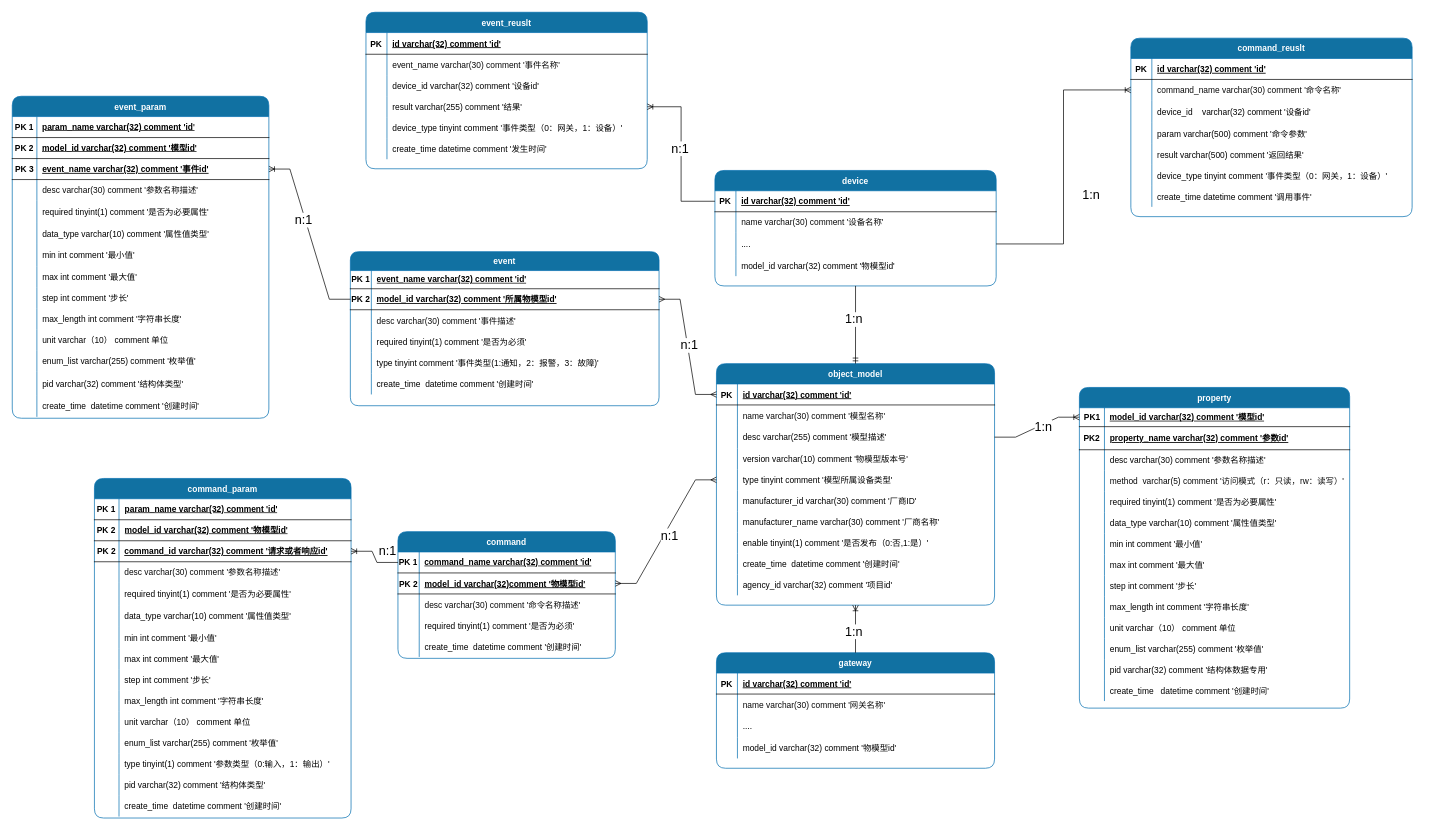
Above: page "第 3 页" (3 of 3) of 物模型.drawio in viking-wj/software (draw.io), before the change. Source tidied: cells renumbered, new cells numbered last; positions are measured from the earlier drawing's top-left corner, leaving out a move shared by most shapes. Both pictures are drawn from the tidied source at 70%, with x=0, y=0 at pixel (12, 12).
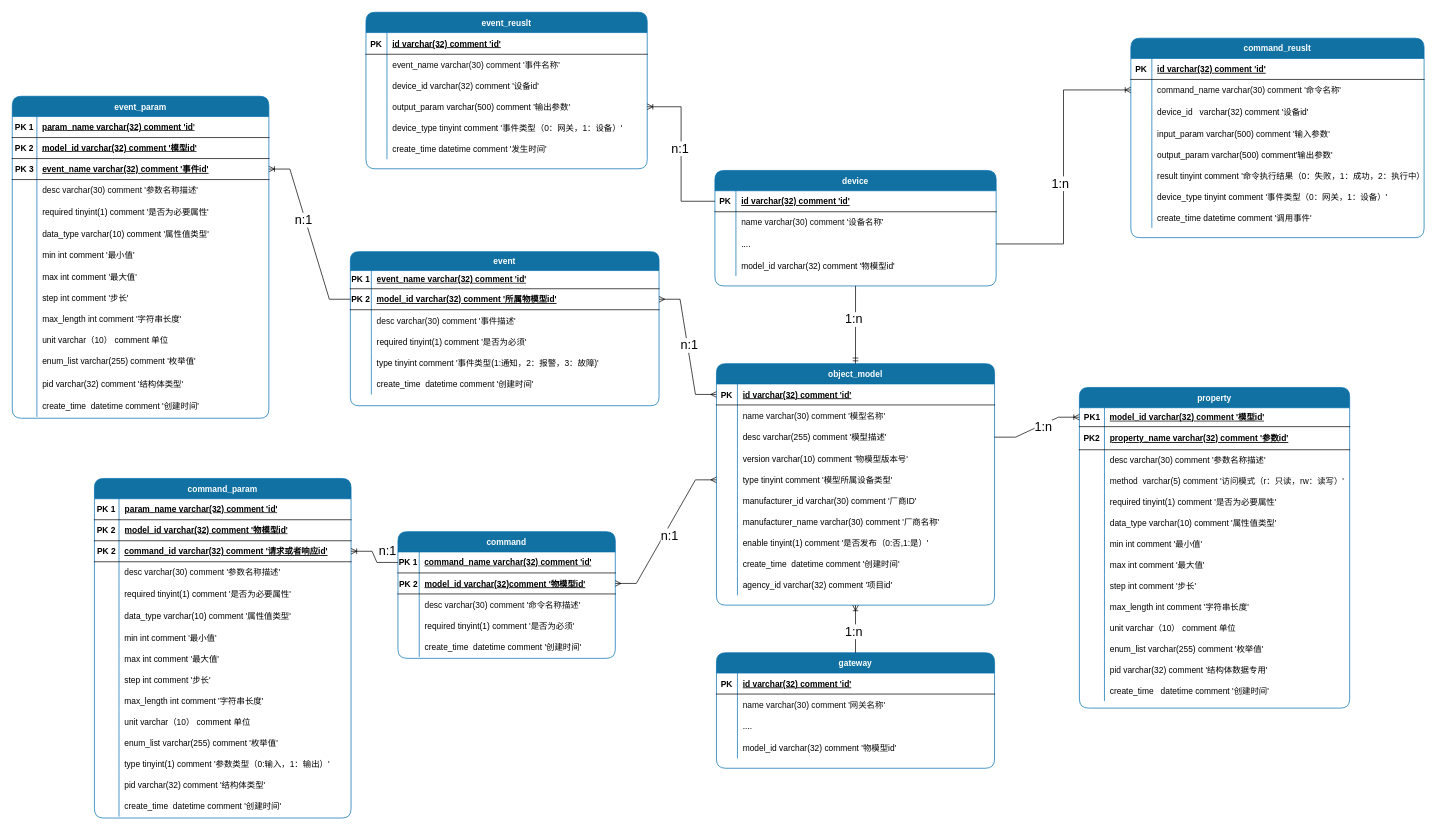
The same diagram, later.

Commit message:
更新物模型.drawio

The change refers to these unchanged cells:
```xml
<mxCell id="252" style="shape=tableRow;horizontal=0;startSize=0;swimlaneHead=0;swimlaneBody=0;fillColor=none;points=[[0,0.5],[1,0.5]];portConstraint=eastwest;top=0;left=0;right=0;bottom=0;" parent="242" vertex="1">
  <mxGeometry y="120" width="401.8" height="30" as="geometry" />
</mxCell>
```

Diff of the diagram source:
```diff
@@
-    <mxCell id="254" value="result varchar(255) comment '结果'" style="shape=partialRectangle;fillColor=none;top=0;left=0;bottom=0;right=0;align=left;spacingLeft=6;overflow=hidden;" parent="252" vertex="1">
+    <mxCell id="254" value="output_param varchar(500) comment '输出参数'" style="shape=partialRectangle;fillColor=none;top=0;left=0;bottom=0;right=0;align=left;spacingLeft=6;overflow=hidden;" parent="252" vertex="1">
       <mxGeometry x="30" width="371.8" height="30" as="geometry" />
     </mxCell>
@@
     <mxCell id="261" value="command_reuslt" style="shape=table;startSize=29;childLayout=tableLayout;rowLines=0;fontStyle=1;align=center;labelBackgroundColor=none;fillColor=#1171a2;strokeColor=#006EAF;fontColor=#ffffff;rounded=1;swimlaneFillColor=none;" parent="1" vertex="1">
-      <mxGeometry x="1598" y="37" width="401.8" height="255" as="geometry" />
+      <mxGeometry x="1598" y="37" width="418.9" height="285" as="geometry" />
     </mxCell>
     <mxCell id="262" style="shape=tableRow;horizontal=0;startSize=0;swimlaneHead=0;swimlaneBody=0;fillColor=none;top=0;left=0;right=0;bottom=1;labelBackgroundColor=none;" parent="261" vertex="1">
-      <mxGeometry y="29" width="401.8" height="30" as="geometry" />
+      <mxGeometry y="29" width="418.9" height="30" as="geometry" />
     </mxCell>
@@
     <mxCell id="264" value="id varchar(32) comment 'id'" style="shape=partialRectangle;fillColor=none;top=0;left=0;bottom=0;right=0;align=left;spacingLeft=6;fontStyle=5;overflow=hidden;labelBackgroundColor=none;" parent="262" vertex="1">
-      <mxGeometry x="30" width="371.8" height="30" as="geometry" />
+      <mxGeometry x="30" width="388.9" height="30" as="geometry" />
     </mxCell>
     <mxCell id="265" style="shape=tableRow;horizontal=0;startSize=0;swimlaneHead=0;swimlaneBody=0;fillColor=none;points=[[0,0.5],[1,0.5]];portConstraint=eastwest;top=0;left=0;right=0;bottom=0;labelBorderColor=none;fontColor=#0a0a0a;" parent="261" vertex="1">
-      <mxGeometry y="59" width="401.8" height="30" as="geometry" />
+      <mxGeometry y="59" width="418.9" height="30" as="geometry" />
     </mxCell>
@@
     <mxCell id="267" value="command_name varchar(30) comment '命令名称'" style="shape=partialRectangle;fillColor=none;top=0;left=0;bottom=0;right=0;align=left;spacingLeft=6;overflow=hidden;labelBorderColor=none;fontColor=#0a0a0a;" parent="265" vertex="1">
-      <mxGeometry x="30" width="371.8" height="30" as="geometry" />
+      <mxGeometry x="30" width="388.9" height="30" as="geometry" />
     </mxCell>
     <mxCell id="268" style="shape=tableRow;horizontal=0;startSize=0;swimlaneHead=0;swimlaneBody=0;fillColor=none;top=0;left=0;right=0;bottom=0;labelBackgroundColor=none;" parent="261" vertex="1">
-      <mxGeometry y="89" width="401.8" height="32" as="geometry" />
+      <mxGeometry y="89" width="418.9" height="32" as="geometry" />
     </mxCell>
@@
-    <mxCell id="270" value="device_id    varchar(32) comment '设备id'" style="shape=partialRectangle;fillColor=none;top=0;left=0;bottom=0;right=0;align=left;spacingLeft=6;overflow=hidden;labelBackgroundColor=none;" parent="268" vertex="1">
-      <mxGeometry x="30" width="371.8" height="32" as="geometry" />
+    <mxCell id="270" value="device_id   varchar(32) comment '设备id'" style="shape=partialRectangle;fillColor=none;top=0;left=0;bottom=0;right=0;align=left;spacingLeft=6;overflow=hidden;labelBackgroundColor=none;" parent="268" vertex="1">
+      <mxGeometry x="30" width="388.9" height="32" as="geometry" />
     </mxCell>
     <mxCell id="271" style="shape=tableRow;horizontal=0;startSize=0;swimlaneHead=0;swimlaneBody=0;fillColor=none;top=0;left=0;right=0;bottom=0;" parent="261" vertex="1">
-      <mxGeometry y="121" width="401.8" height="30" as="geometry" />
+      <mxGeometry y="121" width="418.9" height="30" as="geometry" />
     </mxCell>
@@
-    <mxCell id="273" value="param varchar(500) comment '命令参数'" style="shape=partialRectangle;fillColor=none;top=0;left=0;bottom=0;right=0;align=left;spacingLeft=6;overflow=hidden;" parent="271" vertex="1">
-      <mxGeometry x="30" width="371.8" height="30" as="geometry" />
+    <mxCell id="273" value="input_param varchar(500) comment '输入参数'" style="shape=partialRectangle;fillColor=none;top=0;left=0;bottom=0;right=0;align=left;spacingLeft=6;overflow=hidden;" parent="271" vertex="1">
+      <mxGeometry x="30" width="388.9" height="30" as="geometry" />
     </mxCell>
+    <mxCell id="287" style="shape=tableRow;horizontal=0;startSize=0;swimlaneHead=0;swimlaneBody=0;fillColor=none;top=0;left=0;right=0;bottom=0;" parent="261" vertex="1">
+      <mxGeometry y="151" width="418.9" height="30" as="geometry" />
+    </mxCell>
+    <mxCell id="288" style="shape=partialRectangle;fillColor=none;top=0;left=0;bottom=0;right=0;overflow=hidden;" parent="287" vertex="1">
+      <mxGeometry width="30" height="30" as="geometry" />
+    </mxCell>
+    <mxCell id="289" value="output_param varchar(500) comment'输出参数'" style="shape=partialRectangle;fillColor=none;top=0;left=0;bottom=0;right=0;align=left;spacingLeft=6;overflow=hidden;" parent="287" vertex="1">
+      <mxGeometry x="30" width="388.9" height="30" as="geometry" />
+    </mxCell>
     <mxCell id="274" style="shape=tableRow;horizontal=0;startSize=0;swimlaneHead=0;swimlaneBody=0;fillColor=none;top=0;left=0;right=0;bottom=0;" parent="261" vertex="1">
-      <mxGeometry y="151" width="401.8" height="30" as="geometry" />
+      <mxGeometry y="181" width="418.9" height="30" as="geometry" />
     </mxCell>
@@
-    <mxCell id="276" value="result varchar(500) comment '返回结果'" style="shape=partialRectangle;fillColor=none;top=0;left=0;bottom=0;right=0;align=left;spacingLeft=6;overflow=hidden;" parent="274" vertex="1">
-      <mxGeometry x="30" width="371.8" height="30" as="geometry" />
+    <mxCell id="276" value="result tinyint comment '命令执行结果（0：失败，1：成功，2：执行中）'" style="shape=partialRectangle;fillColor=none;top=0;left=0;bottom=0;right=0;align=left;spacingLeft=6;overflow=hidden;" parent="274" vertex="1">
+      <mxGeometry x="30" width="388.9" height="30" as="geometry" />
     </mxCell>
     <mxCell id="277" style="shape=tableRow;horizontal=0;startSize=0;swimlaneHead=0;swimlaneBody=0;fillColor=none;top=0;left=0;right=0;bottom=0;" parent="261" vertex="1">
-      <mxGeometry y="181" width="401.8" height="30" as="geometry" />
+      <mxGeometry y="211" width="418.9" height="30" as="geometry" />
     </mxCell>
@@
     <mxCell id="279" value="device_type tinyint comment '事件类型（0：网关，1：设备）'" style="shape=partialRectangle;fillColor=none;top=0;left=0;bottom=0;right=0;align=left;spacingLeft=6;overflow=hidden;" parent="277" vertex="1">
-      <mxGeometry x="30" width="371.8" height="30" as="geometry" />
+      <mxGeometry x="30" width="388.9" height="30" as="geometry" />
     </mxCell>
     <mxCell id="280" style="shape=tableRow;horizontal=0;startSize=0;swimlaneHead=0;swimlaneBody=0;fillColor=none;top=0;left=0;right=0;bottom=0;" parent="261" vertex="1">
-      <mxGeometry y="211" width="401.8" height="30" as="geometry" />
+      <mxGeometry y="241" width="418.9" height="30" as="geometry" />
     </mxCell>
@@
     <mxCell id="282" value="create_time datetime comment '调用事件'" style="shape=partialRectangle;fillColor=none;top=0;left=0;bottom=0;right=0;align=left;spacingLeft=6;overflow=hidden;" parent="280" vertex="1">
-      <mxGeometry x="30" width="371.8" height="30" as="geometry" />
+      <mxGeometry x="30" width="388.9" height="30" as="geometry" />
     </mxCell>
@@
     <mxCell id="286" value="1:n" style="edgeLabel;html=1;align=center;verticalAlign=middle;fontSize=18;" parent="1" vertex="1">
-      <mxGeometry x="1559" y="16" as="geometry">
+      <mxGeometry x="1515" as="geometry">
         <mxPoint x="-19" y="244" as="offset" />
       </mxGeometry>
     </mxCell>
```
